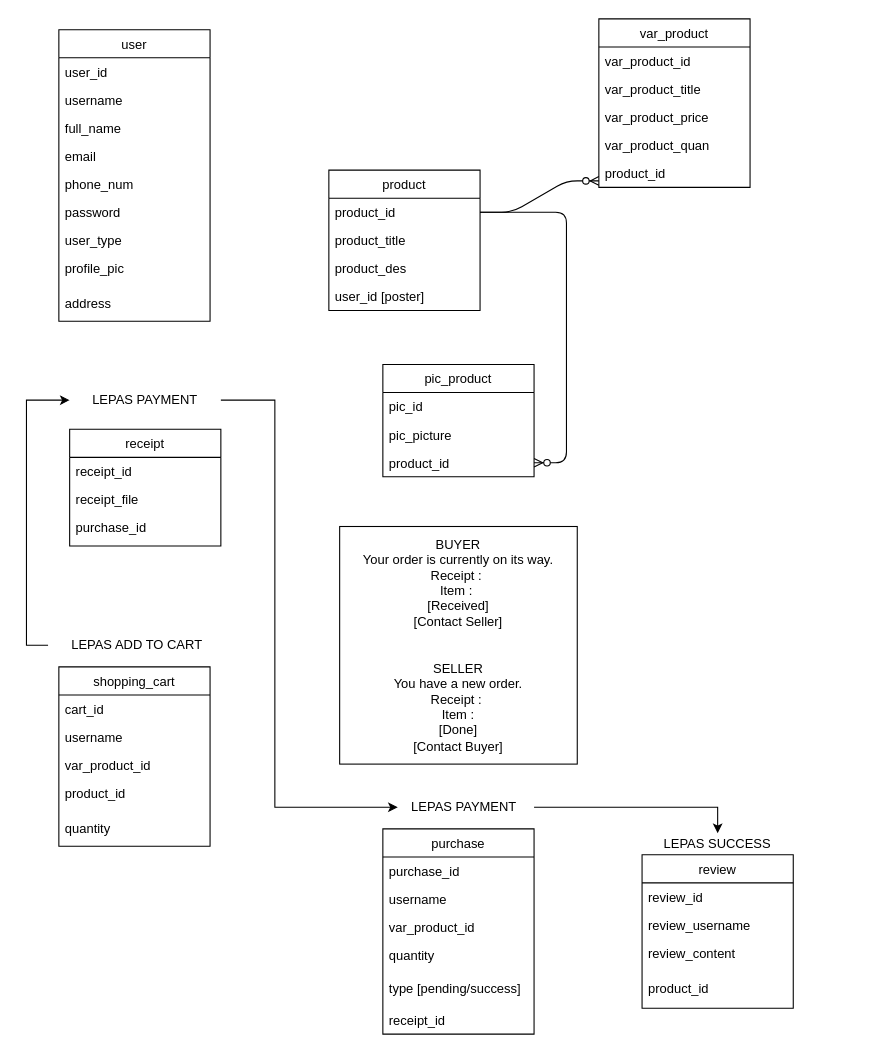
Earlier version of the draw.io diagram page "Page-1" (1 of 4) of Untitled Diagram.drawio (aqilanwar/iium-v). Source tidied: cells renumbered, new cells numbered last; positions are measured from the earlier drawing's top-left corner, leaving out a move shared by most shapes. Both pictures are drawn from the tidied source at 108%, with x=0, y=0 at pixel (26, 18).
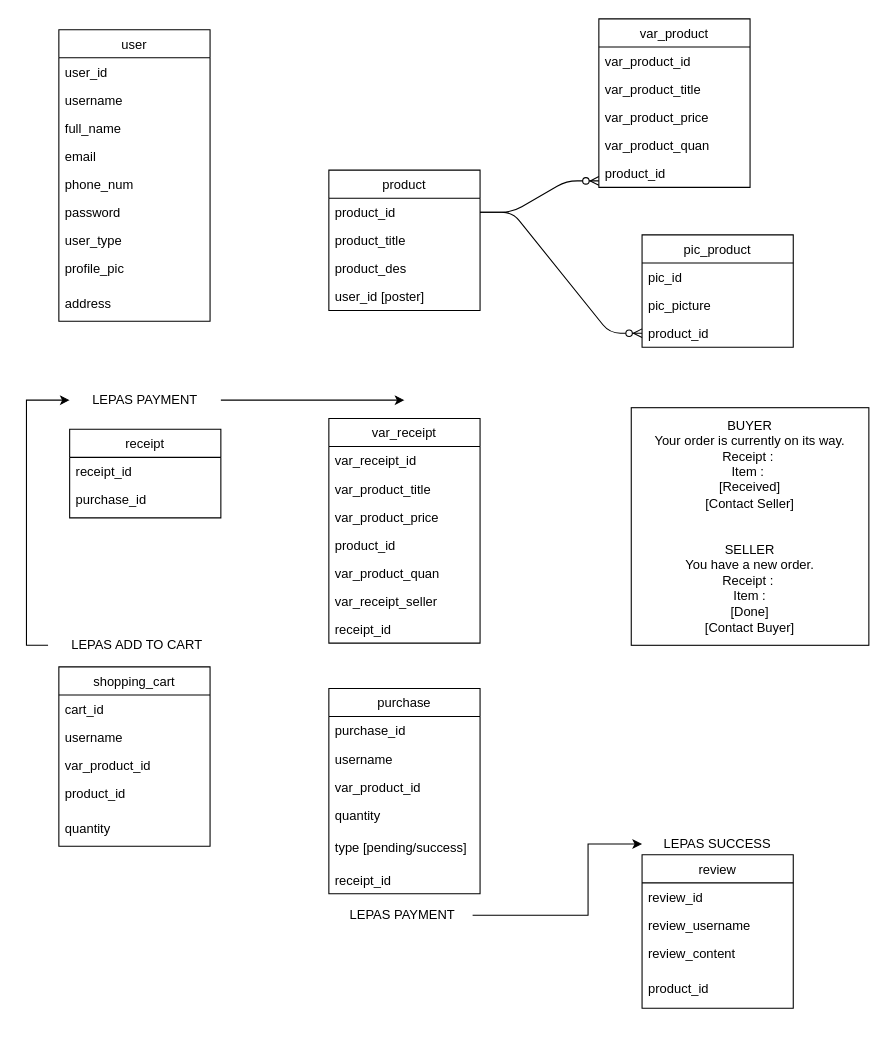
The same page after the edit.

The change refers to these unchanged cells:
```xml
<mxCell id="54" value="LEPAS PAYMENT" style="text;html=1;strokeColor=none;fillColor=none;align=center;verticalAlign=middle;whiteSpace=wrap;rounded=0;" parent="1" vertex="1">
  <mxGeometry x="40" y="343" width="140" height="20" as="geometry" />
</mxCell>
<mxCell id="57" value="LEPAS SUCCESS" style="text;html=1;strokeColor=none;fillColor=none;align=center;verticalAlign=middle;whiteSpace=wrap;rounded=0;" parent="1" vertex="1">
  <mxGeometry x="570" y="754" width="140" height="20" as="geometry" />
</mxCell>
```

The edit, as a diff of the source:
```diff
@@
     <mxCell id="30" value="pic_product" style="swimlane;fontStyle=0;horizontal=1;startSize=26;fillColor=none;" parent="1" vertex="1">
-      <mxGeometry x="330" y="320" width="140" height="104" as="geometry" />
+      <mxGeometry x="570" y="200" width="140" height="104" as="geometry" />
     </mxCell>
@@
     <mxCell id="40" value="purchase" style="swimlane;fontStyle=0;horizontal=1;startSize=26;fillColor=none;" parent="1" vertex="1">
-      <mxGeometry x="330" y="750" width="140" height="190" as="geometry" />
+      <mxGeometry x="280" y="620" width="140" height="190" as="geometry" />
     </mxCell>
@@
     <mxCell id="47" value="receipt" style="swimlane;fontStyle=0;horizontal=1;startSize=26;fillColor=none;" parent="1" vertex="1">
-      <mxGeometry x="40" y="380" width="140" height="108" as="geometry" />
+      <mxGeometry x="40" y="380" width="140" height="82" as="geometry" />
     </mxCell>
@@
-    <mxCell id="49" value="receipt_file" style="text;strokeColor=none;fillColor=none;align=left;verticalAlign=top;spacingLeft=4;spacingRight=4;overflow=hidden;" parent="47" vertex="1">
-      <mxGeometry y="52" width="140" height="26" as="geometry" />
-    </mxCell>
     <mxCell id="50" value="purchase_id" style="text;strokeColor=none;fillColor=none;align=left;verticalAlign=top;spacingLeft=4;spacingRight=4;overflow=hidden;" parent="47" vertex="1">
-      <mxGeometry y="78" width="140" height="30" as="geometry" />
+      <mxGeometry y="52" width="140" height="30" as="geometry" />
     </mxCell>
@@
-    <mxCell id="52" style="edgeStyle=orthogonalEdgeStyle;rounded=0;jettySize=auto;html=1;" parent="1" edge="1" source="54" target="56">
+    <mxCell id="52" style="edgeStyle=orthogonalEdgeStyle;rounded=0;jettySize=auto;html=1;" parent="1" edge="1" source="54">
       <mxGeometry relative="1" as="geometry">
+        <mxPoint x="350" y="353" as="targetPoint" />
         <Array as="points">
-          <mxPoint x="230" y="353" />
-          <mxPoint x="230" y="730" />
+          <mxPoint x="270" y="353" />
         </Array>
       </mxGeometry>
     </mxCell>
@@
     <mxCell id="55" style="edgeStyle=orthogonalEdgeStyle;rounded=0;jettySize=auto;html=1;" parent="1" edge="1" source="56" target="57">
-      <mxGeometry relative="1" as="geometry" />
+      <mxGeometry relative="1" as="geometry">
+        <Array as="points">
+          <mxPoint x="520" y="830" />
+          <mxPoint x="520" y="764" />
+        </Array>
+      </mxGeometry>
     </mxCell>
     <mxCell id="56" value="LEPAS PAYMENT&amp;nbsp;" style="text;html=1;strokeColor=none;fillColor=none;align=center;verticalAlign=middle;whiteSpace=wrap;rounded=0;" parent="1" vertex="1">
-      <mxGeometry x="343.8" y="720" width="126.2" height="20" as="geometry" />
+      <mxGeometry x="286.9" y="820" width="126.2" height="20" as="geometry" />
     </mxCell>
@@
     <mxCell id="58" value="&lt;span style=&quot;text-align: left&quot;&gt;BUYER&lt;/span&gt;&lt;br style=&quot;text-align: left&quot;&gt;&lt;span style=&quot;text-align: left&quot;&gt;Your order is currently on its way.&lt;/span&gt;&lt;br style=&quot;text-align: left&quot;&gt;&lt;span style=&quot;text-align: left&quot;&gt;Receipt :&amp;nbsp;&lt;/span&gt;&lt;br style=&quot;text-align: left&quot;&gt;&lt;span style=&quot;text-align: left&quot;&gt;Item :&amp;nbsp;&lt;/span&gt;&lt;br style=&quot;text-align: left&quot;&gt;&lt;span style=&quot;text-align: left&quot;&gt;[Received]&lt;/span&gt;&lt;br style=&quot;text-align: left&quot;&gt;&lt;span style=&quot;text-align: left&quot;&gt;[Contact Seller]&lt;/span&gt;&lt;br style=&quot;text-align: left&quot;&gt;&lt;br style=&quot;text-align: left&quot;&gt;&lt;br style=&quot;text-align: left&quot;&gt;&lt;span style=&quot;text-align: left&quot;&gt;SELLER&lt;/span&gt;&lt;br style=&quot;text-align: left&quot;&gt;&lt;span style=&quot;text-align: left&quot;&gt;You have a new order.&lt;/span&gt;&lt;br style=&quot;text-align: left&quot;&gt;&lt;span style=&quot;text-align: left&quot;&gt;Receipt :&amp;nbsp;&lt;/span&gt;&lt;br style=&quot;text-align: left&quot;&gt;&lt;span style=&quot;text-align: left&quot;&gt;Item :&lt;/span&gt;&lt;br style=&quot;text-align: left&quot;&gt;&lt;span style=&quot;text-align: left&quot;&gt;[Done]&lt;/span&gt;&lt;br style=&quot;text-align: left&quot;&gt;&lt;span style=&quot;text-align: left&quot;&gt;[Contact Buyer]&lt;/span&gt;" style="whiteSpace=wrap;html=1;" parent="1" vertex="1">
-      <mxGeometry x="290" y="470" width="220" height="220" as="geometry" />
+      <mxGeometry x="560" y="360" width="220" height="220" as="geometry" />
     </mxCell>
+    <mxCell id="59" value="var_receipt" style="swimlane;fontStyle=0;horizontal=1;startSize=26;fillColor=none;" parent="1" vertex="1">
+      <mxGeometry x="280" y="370" width="140" height="208" as="geometry" />
+    </mxCell>
+    <mxCell id="60" value="var_receipt_id" style="text;strokeColor=none;fillColor=none;align=left;verticalAlign=top;spacingLeft=4;spacingRight=4;overflow=hidden;" parent="59" vertex="1">
+      <mxGeometry y="26" width="140" height="26" as="geometry" />
+    </mxCell>
+    <mxCell id="61" value="var_product_title" style="text;strokeColor=none;fillColor=none;align=left;verticalAlign=top;spacingLeft=4;spacingRight=4;overflow=hidden;" parent="59" vertex="1">
+      <mxGeometry y="52" width="140" height="26" as="geometry" />
+    </mxCell>
+    <mxCell id="62" value="var_product_price" style="text;strokeColor=none;fillColor=none;align=left;verticalAlign=top;spacingLeft=4;spacingRight=4;overflow=hidden;" parent="59" vertex="1">
+      <mxGeometry y="78" width="140" height="26" as="geometry" />
+    </mxCell>
+    <mxCell id="63" value="product_id" style="text;strokeColor=none;fillColor=none;align=left;verticalAlign=top;spacingLeft=4;spacingRight=4;overflow=hidden;" parent="59" vertex="1">
+      <mxGeometry y="104" width="140" height="26" as="geometry" />
+    </mxCell>
+    <mxCell id="64" value="var_product_quan" style="text;strokeColor=none;fillColor=none;align=left;verticalAlign=top;spacingLeft=4;spacingRight=4;overflow=hidden;" parent="59" vertex="1">
+      <mxGeometry y="130" width="140" height="26" as="geometry" />
+    </mxCell>
+    <mxCell id="65" value="var_receipt_seller" style="text;strokeColor=none;fillColor=none;align=left;verticalAlign=top;spacingLeft=4;spacingRight=4;overflow=hidden;" parent="59" vertex="1">
+      <mxGeometry y="156" width="140" height="26" as="geometry" />
+    </mxCell>
+    <mxCell id="66" value="receipt_id" style="text;strokeColor=none;fillColor=none;align=left;verticalAlign=top;spacingLeft=4;spacingRight=4;overflow=hidden;" parent="59" vertex="1">
+      <mxGeometry y="182" width="140" height="26" as="geometry" />
+    </mxCell>
```
